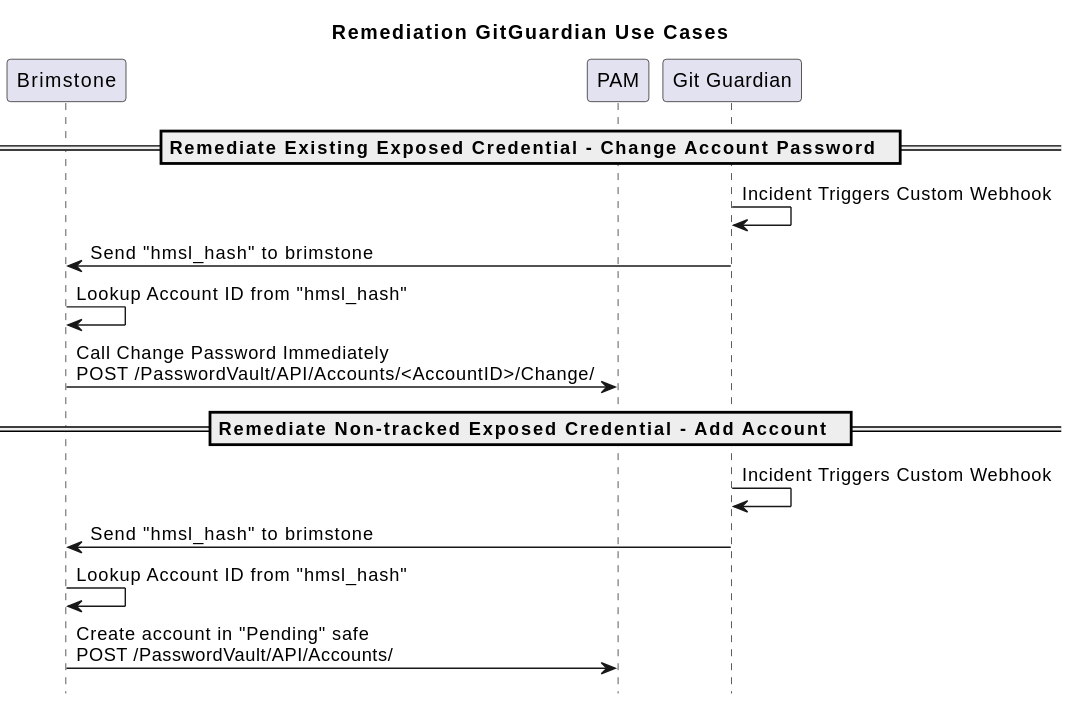
Above: images/remediation-gg-incident-use-cases.svg in conjurdemos/cyberark-gitguardian-hmsl-remediation-integration-service (PlantUML), before the change. The source it was exported from:
```plantuml
@startuml
title Remediation GitGuardian Use Cases
hide footbox

participant Brimstone as "Brimstone"
participant PAM as "PAM"
participant GG as "Git Guardian"

== Remediate Existing Exposed Credential - Change Account Password  ==
GG -> GG: Incident Triggers Custom Webhook
GG -> Brimstone: Send "hmsl_hash" to brimstone
Brimstone -> Brimstone: Lookup Account ID from "hmsl_hash"
Brimstone -> PAM: Call Change Password Immediately\nPOST /PasswordVault/API/Accounts/<AccountID>/Change/

== Remediate Non-tracked Exposed Credential - Add Account  ==
GG -> GG: Incident Triggers Custom Webhook
GG -> Brimstone: Send "hmsl_hash" to brimstone
Brimstone -> Brimstone: Lookup Account ID from "hmsl_hash"
Brimstone -> PAM: Create account in "Pending" safe\nPOST /PasswordVault/API/Accounts/
@enduml
```
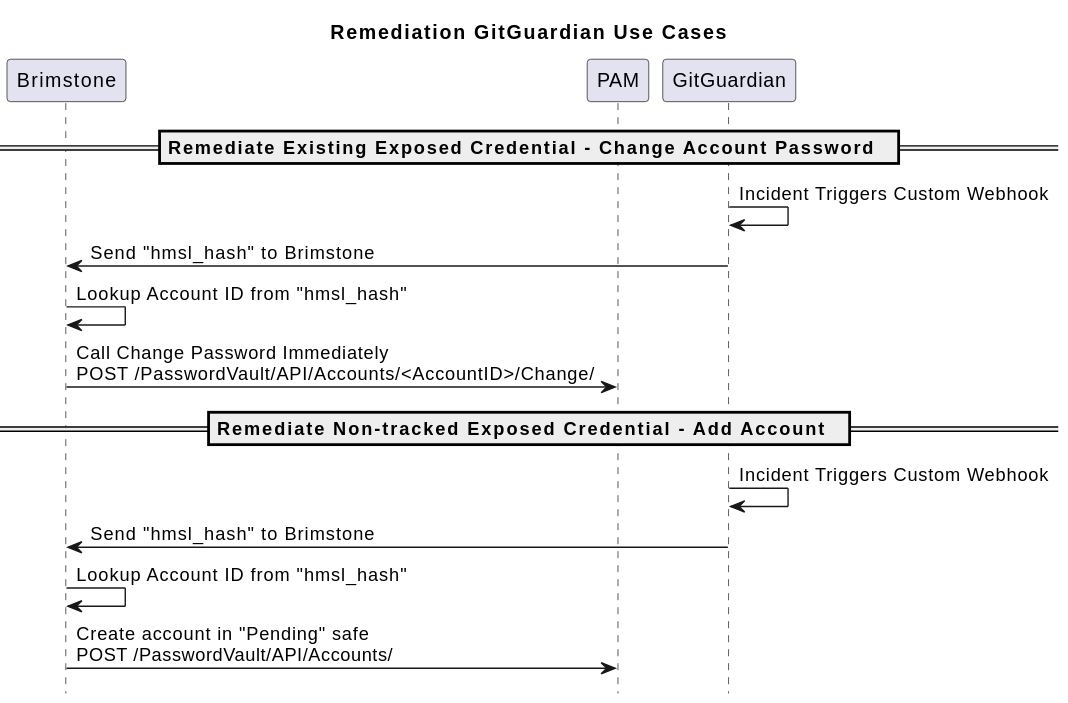
After the change.

Diff of the diagram source:
```diff
@@ -4,17 +4,17 @@
 
 participant Brimstone as "Brimstone"
 participant PAM as "PAM"
-participant GG as "Git Guardian"
+participant GG as "GitGuardian"
 
 == Remediate Existing Exposed Credential - Change Account Password  ==
 GG -> GG: Incident Triggers Custom Webhook
-GG -> Brimstone: Send "hmsl_hash" to brimstone
+GG -> Brimstone: Send "hmsl_hash" to Brimstone
 Brimstone -> Brimstone: Lookup Account ID from "hmsl_hash"
 Brimstone -> PAM: Call Change Password Immediately\nPOST /PasswordVault/API/Accounts/<AccountID>/Change/
 
 == Remediate Non-tracked Exposed Credential - Add Account  ==
 GG -> GG: Incident Triggers Custom Webhook
-GG -> Brimstone: Send "hmsl_hash" to brimstone
+GG -> Brimstone: Send "hmsl_hash" to Brimstone
 Brimstone -> Brimstone: Lookup Account ID from "hmsl_hash"
 Brimstone -> PAM: Create account in "Pending" safe\nPOST /PasswordVault/API/Accounts/
 @enduml
```
